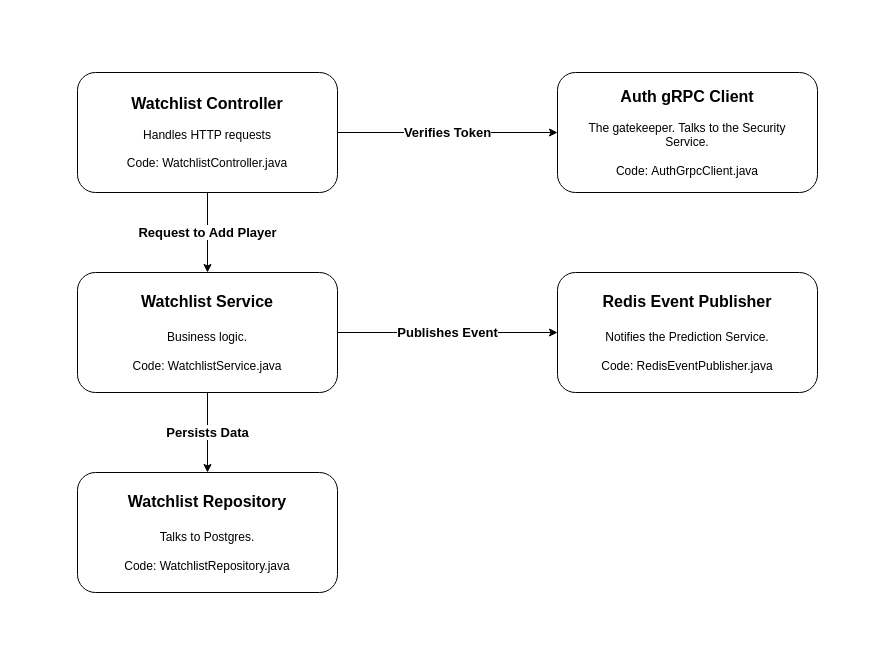
Above: diagrams/sequence_diagram_stats.drawio in rushilshah11/basketball-microservices-project (draw.io), before the change. Source tidied: cells renumbered, new cells numbered last; positions are measured from the earlier drawing's top-left corner, leaving out a move shared by most shapes. Both pictures are drawn from the tidied source at 100%, with x=0, y=0 at pixel (77, 72).
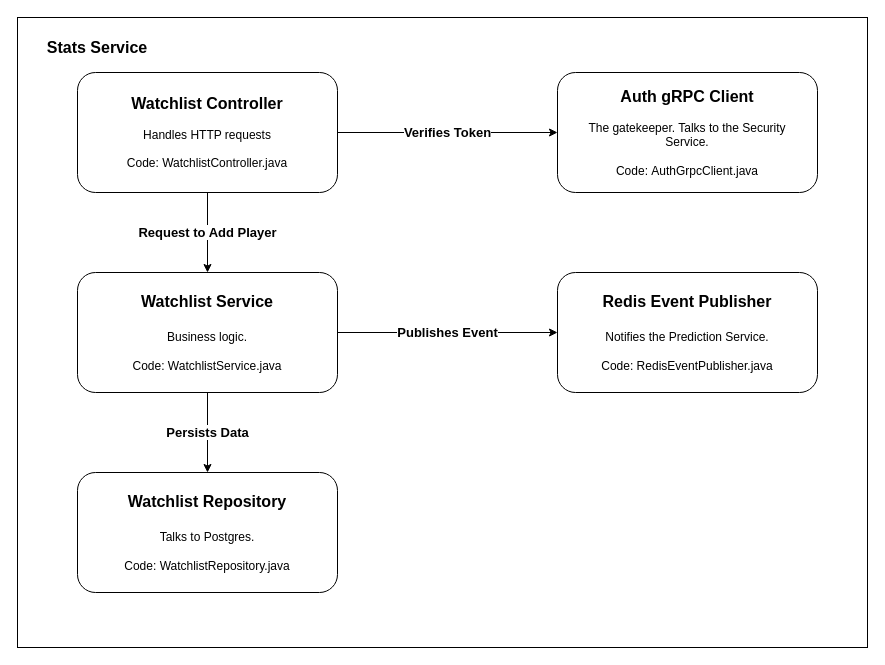
The same diagram, later.

The edit, as a diff of the source:
```diff
@@
 <mxGraphModel>
   <root>
     <mxCell id="0" />
     <mxCell id="1" parent="0" />
+    <mxCell id="16" style="rounded=0;whiteSpace=wrap;html=1;" parent="1" vertex="1">
+      <mxGeometry x="-60" y="-55" width="850" height="630" as="geometry" />
+    </mxCell>
     <mxCell id="2" value="&lt;font style=&quot;font-size: 13px;&quot;&gt;&lt;b&gt;Verifies Token&lt;/b&gt;&lt;/font&gt;" style="edgeStyle=orthogonalEdgeStyle;rounded=0;jettySize=auto;html=1;exitX=1;exitY=0.5;exitDx=0;exitDy=0;entryX=0;entryY=0.5;entryDx=0;entryDy=0;" parent="1" edge="1" source="3" target="6">
       <mxGeometry relative="1" as="geometry" />
     </mxCell>
     <mxCell id="3" style="rounded=1;whiteSpace=wrap;html=1;" parent="1" vertex="1">
       <mxGeometry width="260" height="120" as="geometry" />
     </mxCell>
     <mxCell id="4" value="&lt;font style=&quot;font-size: 13px;&quot;&gt;&lt;b&gt;Request to Add Player&lt;/b&gt;&lt;/font&gt;" style="edgeStyle=orthogonalEdgeStyle;rounded=0;jettySize=auto;html=1;exitX=0.5;exitY=1;exitDx=0;exitDy=0;entryX=0.5;entryY=0;entryDx=0;entryDy=0;" parent="1" edge="1" source="5" target="11">
       <mxGeometry relative="1" as="geometry" />
     </mxCell>
     <mxCell id="5" value="&lt;font style=&quot;font-size: 16px;&quot;&gt;&lt;b&gt;Watchlist Controller&lt;br&gt;&lt;/b&gt;&lt;/font&gt;&lt;br&gt;&lt;div&gt;Handles HTTP requests&lt;/div&gt;&lt;div&gt;&lt;br&gt;&lt;/div&gt;&lt;div&gt;Code: WatchlistController.java&lt;/div&gt;" style="text;html=1;whiteSpace=wrap;strokeColor=none;fillColor=none;align=center;verticalAlign=middle;rounded=0;fontColor=light-dark(#000000,#3399FF);" parent="1" vertex="1">
       <mxGeometry x="20" width="220" height="120" as="geometry" />
     </mxCell>
     <mxCell id="6" style="rounded=1;whiteSpace=wrap;html=1;" parent="1" vertex="1">
       <mxGeometry x="480" width="260" height="120" as="geometry" />
     </mxCell>
     <mxCell id="7" value="&lt;font style=&quot;&quot;&gt;&lt;span style=&quot;font-size: 16px;&quot;&gt;&lt;b&gt;Auth gRPC Client&lt;/b&gt;&lt;/span&gt;&lt;br&gt;&lt;/font&gt;&lt;br&gt;&lt;div&gt;The gatekeeper. Talks to the Security Service.&lt;/div&gt;&lt;div&gt;&lt;br&gt;&lt;/div&gt;&lt;div&gt;Code:&amp;nbsp;&lt;span style=&quot;background-color: transparent;&quot;&gt;AuthGrpcClient.java&lt;/span&gt;&lt;/div&gt;" style="text;html=1;whiteSpace=wrap;strokeColor=none;fillColor=none;align=center;verticalAlign=middle;rounded=0;fontColor=light-dark(#000000,#3399FF);" parent="1" vertex="1">
       <mxGeometry x="500" width="220" height="120" as="geometry" />
     </mxCell>
     <mxCell id="8" value="&lt;font style=&quot;font-size: 13px;&quot;&gt;&lt;b&gt;Publishes Event&lt;/b&gt;&lt;/font&gt;" style="edgeStyle=orthogonalEdgeStyle;rounded=0;jettySize=auto;html=1;exitX=1;exitY=0.5;exitDx=0;exitDy=0;entryX=0;entryY=0.5;entryDx=0;entryDy=0;" parent="1" edge="1" source="9" target="12">
       <mxGeometry relative="1" as="geometry" />
     </mxCell>
     <mxCell id="9" style="rounded=1;whiteSpace=wrap;html=1;" parent="1" vertex="1">
       <mxGeometry y="200" width="260" height="120" as="geometry" />
     </mxCell>
     <mxCell id="10" value="&lt;font style=&quot;font-size: 13px;&quot;&gt;&lt;b&gt;Persists Data&lt;/b&gt;&lt;/font&gt;" style="edgeStyle=orthogonalEdgeStyle;rounded=0;jettySize=auto;html=1;exitX=0.5;exitY=1;exitDx=0;exitDy=0;entryX=0.5;entryY=0;entryDx=0;entryDy=0;" parent="1" edge="1" source="11" target="15">
       <mxGeometry relative="1" as="geometry" />
     </mxCell>
     <mxCell id="11" value="&lt;span style=&quot;font-size: 16px;&quot;&gt;&lt;b&gt;Watchlist Service&lt;/b&gt;&lt;/span&gt;&lt;div&gt;&lt;span style=&quot;font-size: 16px;&quot;&gt;&lt;b&gt;&lt;br&gt;&lt;/b&gt;&lt;/span&gt;&lt;div&gt;Business logic.&lt;/div&gt;&lt;div&gt;&lt;br&gt;&lt;/div&gt;&lt;div&gt;Code: WatchlistService&lt;span style=&quot;background-color: transparent;&quot;&gt;.java&lt;/span&gt;&lt;/div&gt;&lt;/div&gt;" style="text;html=1;whiteSpace=wrap;strokeColor=none;fillColor=none;align=center;verticalAlign=middle;rounded=0;fontColor=light-dark(#000000,#3399FF);" parent="1" vertex="1">
       <mxGeometry x="20" y="200" width="220" height="120" as="geometry" />
     </mxCell>
     <mxCell id="12" style="rounded=1;whiteSpace=wrap;html=1;" parent="1" vertex="1">
       <mxGeometry x="480" y="200" width="260" height="120" as="geometry" />
     </mxCell>
     <mxCell id="13" value="&lt;span style=&quot;font-size: 16px;&quot;&gt;&lt;b&gt;Redis Event Publisher&lt;/b&gt;&lt;/span&gt;&lt;br&gt;&lt;div&gt;&lt;span style=&quot;font-size: 16px;&quot;&gt;&lt;b&gt;&lt;br&gt;&lt;/b&gt;&lt;/span&gt;&lt;div&gt;Notifies the Prediction Service.&lt;/div&gt;&lt;div&gt;&lt;br&gt;&lt;/div&gt;&lt;div&gt;Code: RedisEventPublisher&lt;span style=&quot;background-color: transparent;&quot;&gt;.java&lt;/span&gt;&lt;/div&gt;&lt;/div&gt;" style="text;html=1;whiteSpace=wrap;strokeColor=none;fillColor=none;align=center;verticalAlign=middle;rounded=0;fontColor=light-dark(#000000,#3399FF);" parent="1" vertex="1">
       <mxGeometry x="500" y="200" width="220" height="120" as="geometry" />
     </mxCell>
     <mxCell id="14" style="rounded=1;whiteSpace=wrap;html=1;" parent="1" vertex="1">
       <mxGeometry y="400" width="260" height="120" as="geometry" />
     </mxCell>
     <mxCell id="15" value="&lt;span style=&quot;font-size: 16px;&quot;&gt;&lt;b&gt;Watchlist Repository&lt;/b&gt;&lt;/span&gt;&lt;div&gt;&lt;span style=&quot;font-size: 16px;&quot;&gt;&lt;b&gt;&lt;br&gt;&lt;/b&gt;&lt;/span&gt;&lt;div&gt;Talks to Postgres.&lt;/div&gt;&lt;div&gt;&lt;br&gt;&lt;/div&gt;&lt;div&gt;Code: WatchlistRepository&lt;span style=&quot;background-color: transparent;&quot;&gt;.java&lt;/span&gt;&lt;/div&gt;&lt;/div&gt;" style="text;html=1;whiteSpace=wrap;strokeColor=none;fillColor=none;align=center;verticalAlign=middle;rounded=0;fontColor=light-dark(#000000,#3399FF);" parent="1" vertex="1">
       <mxGeometry x="20" y="400" width="220" height="120" as="geometry" />
     </mxCell>
+    <mxCell id="17" value="&lt;font style=&quot;font-size: 16px;&quot;&gt;&lt;b&gt;Stats Service&lt;/b&gt;&lt;/font&gt;" style="text;html=1;whiteSpace=wrap;strokeColor=none;fillColor=none;align=center;verticalAlign=middle;rounded=0;" parent="1" vertex="1">
+      <mxGeometry x="-40" y="-40" width="120" height="30" as="geometry" />
+    </mxCell>
   </root>
 </mxGraphModel>
```
